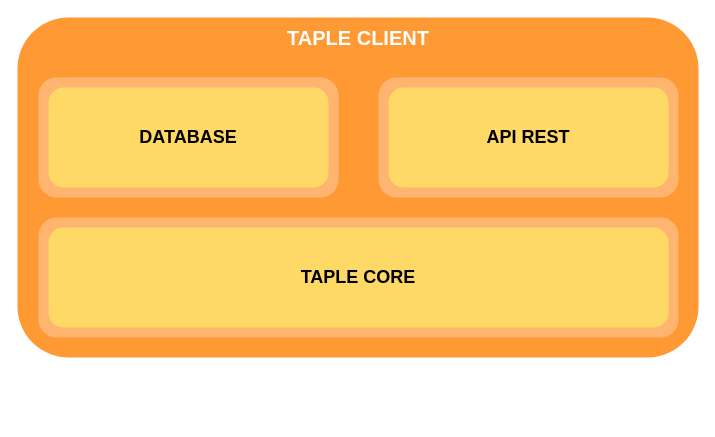
Before: docs/learn/taple-client.drawio in opencanarias/taple-docsite, a draw.io diagram. Source tidied: cells renumbered, new cells numbered last; positions are measured from the earlier drawing's top-left corner, leaving out a move shared by most shapes. Both pictures are drawn from the tidied source at 100%, with x=0, y=0 at pixel (17, 17).
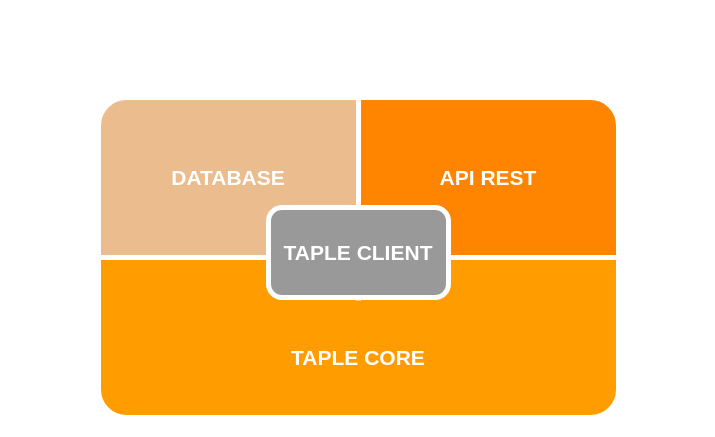
The same page after the edit.

Commit message (it also covers changes not shown here):
fix(TAPLE-1523): Fixing description and basic usage (#28)

What changed in the source:
```diff
@@
 <mxGraphModel>
   <root>
     <mxCell id="0" />
     <mxCell id="1" parent="0" />
-    <mxCell id="2" style="rounded=1;whiteSpace=wrap;html=1;fillColor=#FF9933;strokeColor=none;" parent="1" vertex="1">
-      <mxGeometry width="681" height="340" as="geometry" />
-    </mxCell>
+    <mxCell id="10" style="verticalLabelPosition=bottom;verticalAlign=top;html=1;shape=mxgraph.basic.corner_round_rect;dx=14;whiteSpace=wrap;fillColor=#EBBC8D;strokeColor=#FFFFFF;strokeWidth=5;" parent="1" vertex="1">
+      <mxGeometry x="81" y="80" width="260" height="160" as="geometry" />
+    </mxCell>
+    <mxCell id="11" style="verticalLabelPosition=bottom;verticalAlign=top;html=1;shape=mxgraph.basic.corner_round_rect;dx=14;whiteSpace=wrap;fillColor=#FF9D00;strokeColor=#FFFFFF;rotation=-180;strokeWidth=5;" parent="1" vertex="1">
+      <mxGeometry x="341" y="240" width="260" height="160" as="geometry" />
+    </mxCell>
+    <mxCell id="12" style="verticalLabelPosition=bottom;verticalAlign=top;html=1;shape=mxgraph.basic.corner_round_rect;dx=14;whiteSpace=wrap;fillColor=#FF9D00;strokeColor=#FFFFFF;rotation=-180;flipH=1;strokeWidth=5;" parent="1" vertex="1">
+      <mxGeometry x="81" y="240" width="260" height="160" as="geometry" />
+    </mxCell>
+    <mxCell id="13" style="verticalLabelPosition=bottom;verticalAlign=top;html=1;shape=mxgraph.basic.corner_round_rect;dx=14;whiteSpace=wrap;fillColor=#FF8500;strokeColor=#FFFFFF;rotation=0;flipH=1;strokeWidth=5;" parent="1" vertex="1">
+      <mxGeometry x="341" y="80" width="260" height="160" as="geometry" />
+    </mxCell>
-    <mxCell id="3" value="&lt;font style=&quot;font-size: 20px;&quot; color=&quot;#ffffff&quot;&gt;&lt;b&gt;TAPLE CLIENT&lt;/b&gt;&lt;/font&gt;" style="text;html=1;strokeColor=none;fillColor=none;align=center;verticalAlign=middle;whiteSpace=wrap;rounded=0;" parent="1" vertex="1">
-      <mxGeometry x="242.5" y="10" width="196" height="20" as="geometry" />
+    <mxCell id="3" value="&lt;font size=&quot;1&quot; color=&quot;#ffffff&quot;&gt;&lt;b style=&quot;font-size: 21px;&quot;&gt;TAPLE CLIENT&lt;/b&gt;&lt;/font&gt;" style="rounded=1;whiteSpace=wrap;html=1;strokeColor=#FFFFFF;strokeWidth=5;fillColor=#999999;fontColor=#333333;" parent="1" vertex="1">
+      <mxGeometry x="251" y="190" width="180" height="90" as="geometry" />
     </mxCell>
-    <mxCell id="4" style="rounded=1;whiteSpace=wrap;html=1;fillColor=#FFB570;strokeColor=none;" parent="1" vertex="1">
-      <mxGeometry x="361" y="60" width="300" height="120" as="geometry" />
-    </mxCell>
-    <mxCell id="5" value="&lt;font style=&quot;font-size: 18px;&quot;&gt;&lt;b&gt;API REST&lt;/b&gt;&lt;/font&gt;" style="rounded=1;whiteSpace=wrap;html=1;fillColor=#FFD966;strokeColor=none;" parent="1" vertex="1">
-      <mxGeometry x="371" y="70" width="280" height="100" as="geometry" />
+    <mxCell id="5" value="&lt;font style=&quot;font-size: 21px;&quot;&gt;API REST&lt;/font&gt;" style="text;html=1;strokeColor=none;fillColor=none;align=center;verticalAlign=middle;whiteSpace=wrap;rounded=0;strokeWidth=5;fontSize=21;fontColor=#FFFFFF;fontStyle=1;" parent="1" vertex="1">
+      <mxGeometry x="406" y="144.5" width="130" height="30" as="geometry" />
     </mxCell>
-    <mxCell id="6" style="rounded=1;whiteSpace=wrap;html=1;fillColor=#FFB570;strokeColor=none;" parent="1" vertex="1">
-      <mxGeometry x="21" y="200" width="640" height="120" as="geometry" />
-    </mxCell>
-    <mxCell id="7" style="rounded=1;whiteSpace=wrap;html=1;fillColor=#FFB570;strokeColor=none;" parent="1" vertex="1">
-      <mxGeometry x="21" y="60" width="300" height="120" as="geometry" />
-    </mxCell>
-    <mxCell id="8" value="&lt;font style=&quot;font-size: 18px;&quot;&gt;&lt;b&gt;DATABASE&lt;/b&gt;&lt;/font&gt;" style="rounded=1;whiteSpace=wrap;html=1;fillColor=#FFD966;strokeColor=none;" parent="1" vertex="1">
-      <mxGeometry x="31" y="70" width="280" height="100" as="geometry" />
+    <mxCell id="8" value="&lt;font style=&quot;font-size: 21px;&quot;&gt;DATABASE&lt;/font&gt;" style="text;html=1;strokeColor=none;fillColor=none;align=center;verticalAlign=middle;whiteSpace=wrap;rounded=0;strokeWidth=5;fontSize=21;fontColor=#FFFFFF;fontStyle=1;" parent="1" vertex="1">
+      <mxGeometry x="153" y="144.5" width="116" height="31" as="geometry" />
     </mxCell>
+    <mxCell id="14" style="rounded=0;whiteSpace=wrap;html=1;strokeColor=none;fillColor=#FF9D00;" parent="1" vertex="1">
+      <mxGeometry x="321" y="283" width="40" height="114.5" as="geometry" />
+    </mxCell>
-    <mxCell id="9" value="&lt;font style=&quot;font-size: 18px;&quot;&gt;&lt;b&gt;TAPLE CORE&lt;/b&gt;&lt;/font&gt;" style="rounded=1;whiteSpace=wrap;html=1;fillColor=#FFD966;strokeColor=none;" parent="1" vertex="1">
-      <mxGeometry x="31" y="210" width="620" height="100" as="geometry" />
+    <mxCell id="9" value="TAPLE CORE" style="text;html=1;strokeColor=none;fillColor=none;align=center;verticalAlign=middle;whiteSpace=wrap;rounded=0;strokeWidth=5;fontSize=21;fontColor=#FFFFFF;fontStyle=1;" parent="1" vertex="1">
+      <mxGeometry x="261" y="310.2" width="160" height="60" as="geometry" />
     </mxCell>
   </root>
 </mxGraphModel>
```
